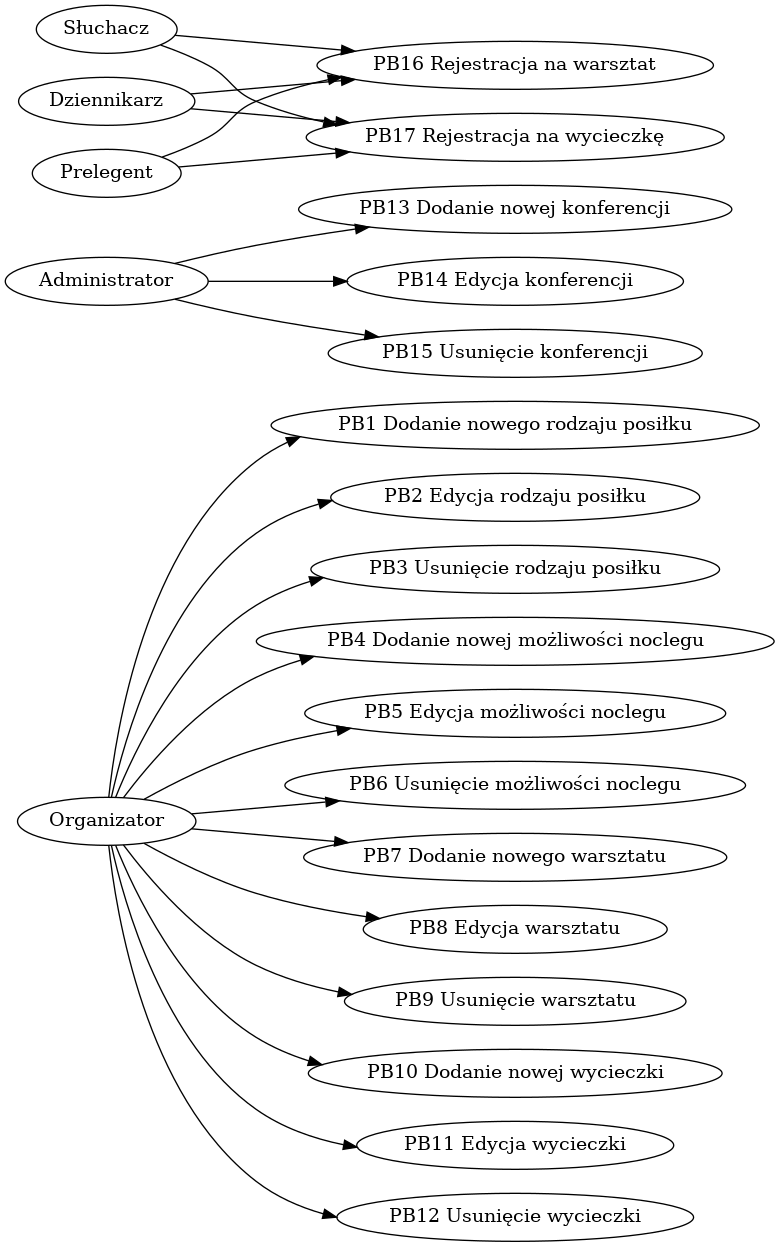
Above: przypadki.png in zyla/iop_konferencja (Graphviz), before the change. Its source is kept beside it as przypadki.dot.
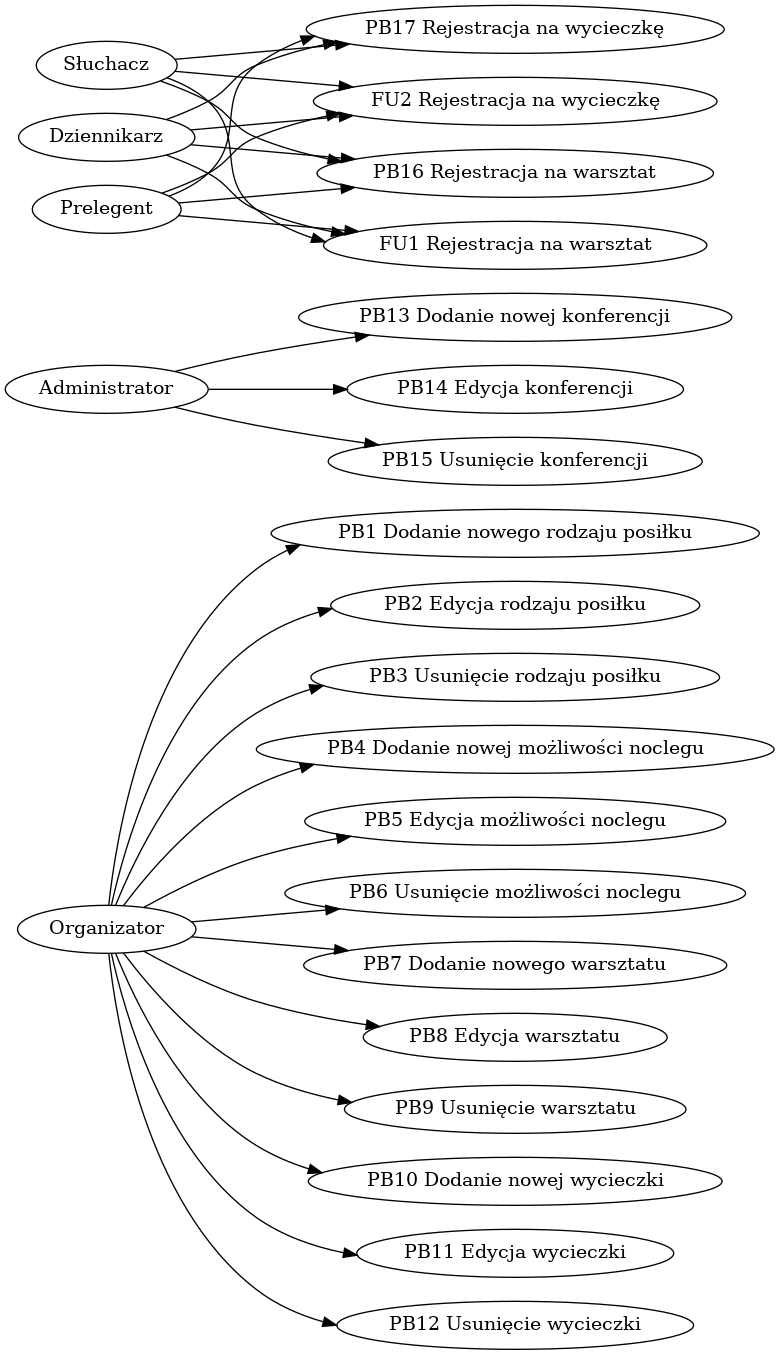
Above is the later version.

Diff of the diagram source:
```diff
@@ -16,7 +16,13 @@
 "Słuchacz" -> "PB16 Rejestracja na warsztat"
 "Dziennikarz" -> "PB16 Rejestracja na warsztat"
 "Prelegent" -> "PB16 Rejestracja na warsztat"
+"Słuchacz" -> "FU1 Rejestracja na warsztat"
+"Dziennikarz" -> "FU1 Rejestracja na warsztat"
+"Prelegent" -> "FU1 Rejestracja na warsztat"
 "Słuchacz" -> "PB17 Rejestracja na wycieczkę"
 "Dziennikarz" -> "PB17 Rejestracja na wycieczkę"
 "Prelegent" -> "PB17 Rejestracja na wycieczkę"
+"Słuchacz" -> "FU2 Rejestracja na wycieczkę"
+"Dziennikarz" -> "FU2 Rejestracja na wycieczkę"
+"Prelegent" -> "FU2 Rejestracja na wycieczkę"
  }
```
